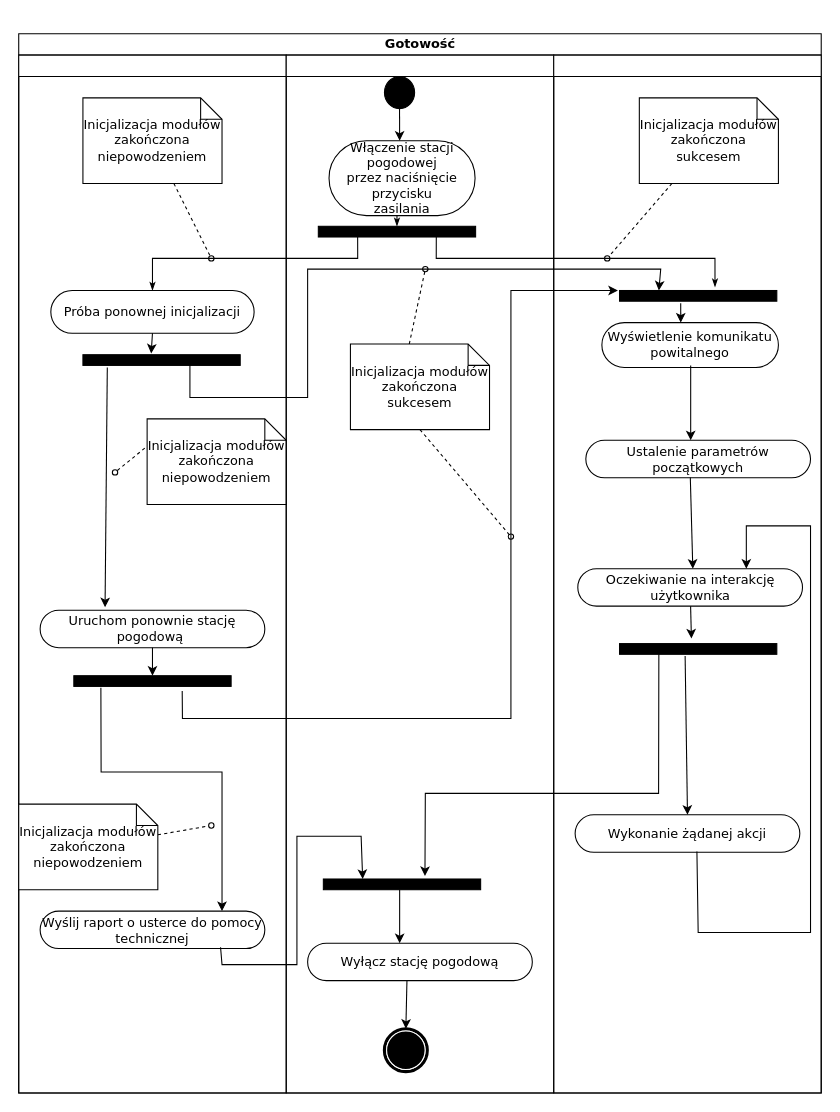
zawoj/Wbudowane keeps this draw.io diagram as gotowosc.drawio. Above is the earlier version. Source tidied: cells renumbered, new cells numbered last; positions are measured from the earlier drawing's top-left corner, leaving out a move shared by most shapes. Both pictures are drawn from the tidied source at 107%, with x=0, y=0 at pixel (18, 33).
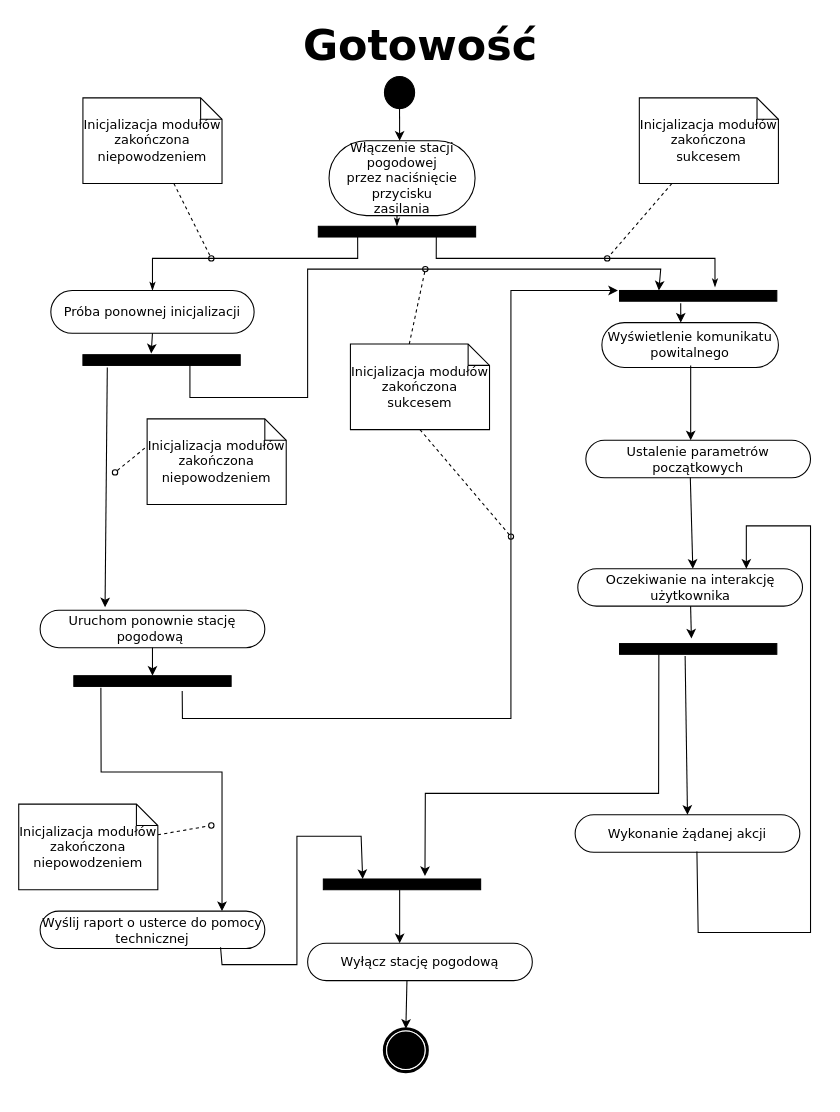
Above is the later version.

Commit message (it also covers changes not shown here):
better style for diagrams

The edit, as a diff of the source:
```diff
@@
-    <mxCell id="2" value="Gotowość" style="swimlane;html=1;startSize=20;rounded=0;shadow=0;comic=0;labelBackgroundColor=none;strokeWidth=1;fontFamily=Verdana;fontSize=12;align=center;" parent="1" vertex="1">
+    <mxCell id="2" value="&lt;font style=&quot;font-size: 40px;&quot;&gt;Gotowość&lt;/font&gt;" style="swimlane;html=1;startSize=20;rounded=0;shadow=0;comic=0;labelBackgroundColor=none;strokeWidth=1;fontFamily=Verdana;fontSize=12;align=center;fillColor=none;strokeColor=none;" parent="1" vertex="1">
       <mxGeometry width="750" height="990" as="geometry" />
     </mxCell>
-    <mxCell id="3" style="swimlane;html=1;startSize=20;" parent="2" vertex="1">
+    <mxCell id="3" style="swimlane;html=1;startSize=20;fillColor=none;strokeColor=none;" parent="2" vertex="1">
       <mxGeometry y="20" width="250" height="970" as="geometry" />
     </mxCell>
@@
-    <mxCell id="20" style="swimlane;html=1;startSize=20;" parent="2" vertex="1">
+    <mxCell id="20" style="swimlane;html=1;startSize=20;fillColor=none;strokeColor=none;" parent="2" vertex="1">
       <mxGeometry x="250" y="20" width="250" height="970" as="geometry" />
     </mxCell>
@@
-    <mxCell id="31" style="swimlane;html=1;startSize=20;" parent="2" vertex="1">
+    <mxCell id="31" style="swimlane;html=1;startSize=20;fillColor=none;strokeColor=none;" parent="2" vertex="1">
       <mxGeometry x="500" y="20" width="250" height="970" as="geometry" />
     </mxCell>
```
